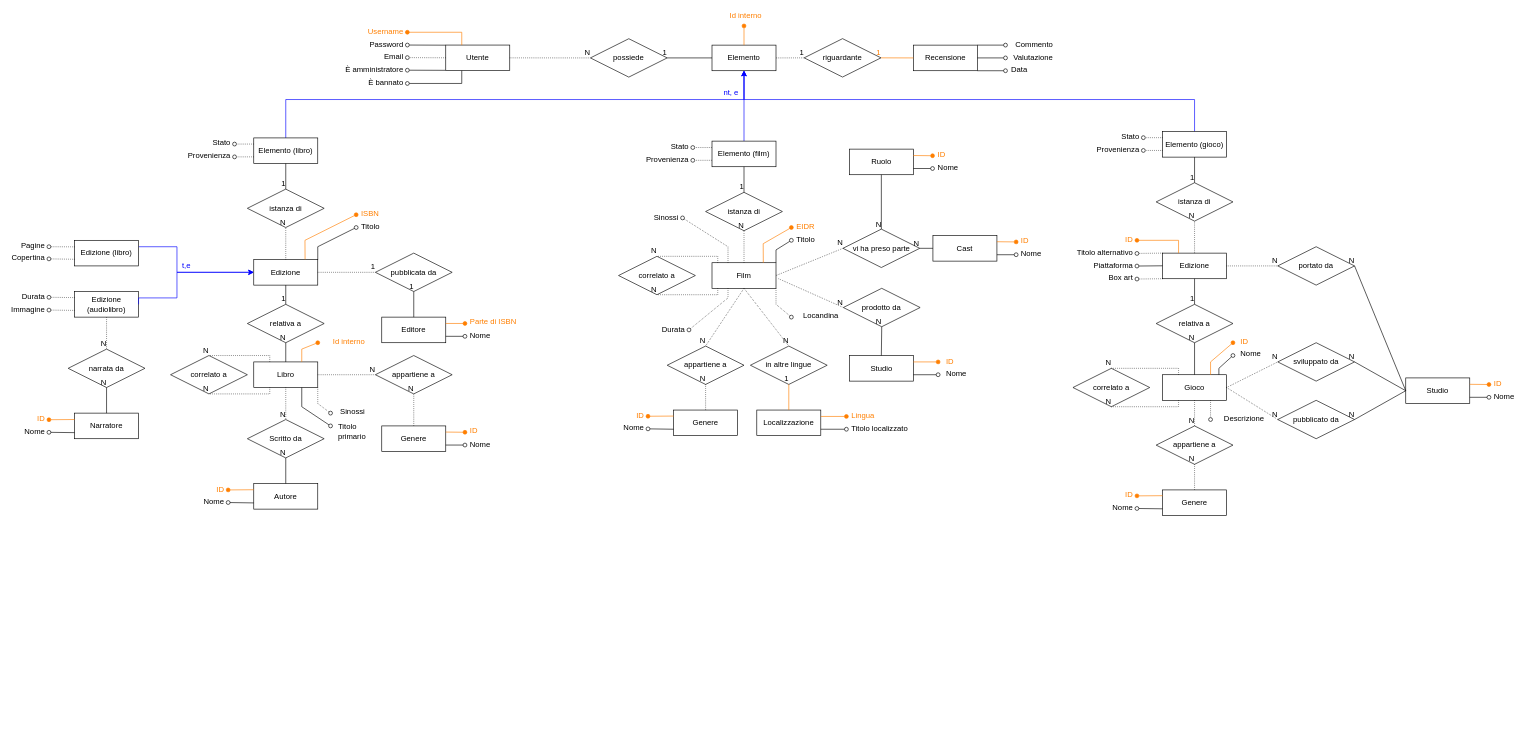
Steffo99/unimore-bdd-2020-alexandria keeps this draw.io diagram as schema-finale.drawio. Above is the earlier version. Source tidied: cells renumbered, new cells numbered last; positions are measured from the earlier drawing's top-left corner, leaving out a move shared by most shapes. Both pictures are drawn from the tidied source at 64%, with x=0, y=0 at pixel (49, 26).
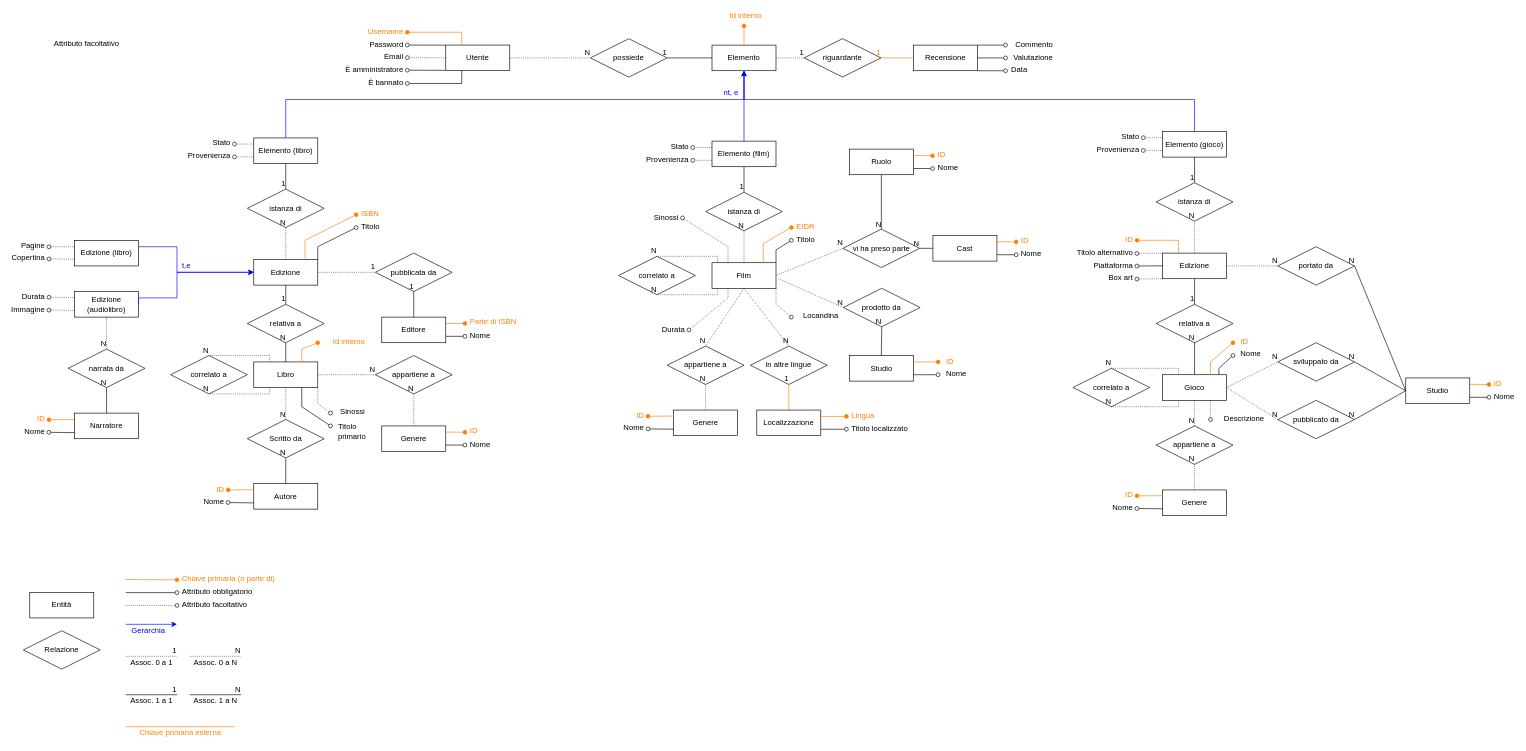
The same diagram, later.

Commit message:
Aggiungi legenda

Change to the diagram source:
```diff
@@
+    <mxCell id="261" value="&lt;div&gt;Entità&lt;/div&gt;" style="whiteSpace=wrap;html=1;align=center;" parent="1" vertex="1">
+      <mxGeometry x="-30" y="885" width="100" height="40" as="geometry" />
+    </mxCell>
+    <mxCell id="262" value="&lt;div&gt;Relazione&lt;/div&gt;" style="shape=rhombus;perimeter=rhombusPerimeter;whiteSpace=wrap;html=1;align=center;" parent="1" vertex="1">
+      <mxGeometry x="-40" y="945" width="120" height="60" as="geometry" />
+    </mxCell>
+    <mxCell id="263" style="endArrow=oval;html=1;rounded=0;strokeColor=#FF7F00;endFill=1;" parent="1" edge="1">
+      <mxGeometry relative="1" as="geometry">
+        <mxPoint x="120" y="865" as="sourcePoint" />
+        <mxPoint x="200" y="865.5" as="targetPoint" />
+      </mxGeometry>
+    </mxCell>
+    <mxCell id="264" value="&lt;div&gt;Chiave primaria (o parte di) &lt;/div&gt;" style="align=left;verticalAlign=middle;fontColor=#FF7F00;html=1;spacingRight=0;spacingBottom=4;spacingLeft=6;" parent="263" vertex="1">
+      <mxGeometry x="1" relative="1" as="geometry" />
+    </mxCell>
+    <mxCell id="265" style="endArrow=oval;html=1;rounded=0;strokeColor=#000000;exitX=1;exitY=1;exitDx=0;exitDy=0;endFill=0;" parent="1" edge="1">
+      <mxGeometry relative="1" as="geometry">
+        <mxPoint x="120" y="885.5" as="sourcePoint" />
+        <mxPoint x="200" y="885.5" as="targetPoint" />
+      </mxGeometry>
+    </mxCell>
+    <mxCell id="266" value="&lt;div align=&quot;left&quot;&gt;Attributo obbligatorio&lt;/div&gt;" style="align=left;verticalAlign=middle;fontColor=#000000;html=1;spacingRight=0;spacingBottom=4;spacingLeft=6;" parent="265" vertex="1">
+      <mxGeometry x="1" relative="1" as="geometry" />
+    </mxCell>
+    <mxCell id="267" style="endArrow=oval;html=1;rounded=0;strokeColor=#000000;exitX=1;exitY=1;exitDx=0;exitDy=0;endFill=0;dashed=1;dashPattern=1 2;" parent="1" edge="1">
+      <mxGeometry relative="1" as="geometry">
+        <mxPoint x="120" y="905.5" as="sourcePoint" />
+        <mxPoint x="200" y="905.5" as="targetPoint" />
+      </mxGeometry>
+    </mxCell>
+    <mxCell id="268" value="Attributo facoltativo" style="align=left;verticalAlign=middle;fontColor=#000000;html=1;spacingRight=0;spacingBottom=4;spacingLeft=6;" parent="267" vertex="1">
+      <mxGeometry x="1" relative="1" as="geometry" />
+    </mxCell>
+    <mxCell id="269" style="edgeStyle=orthogonalEdgeStyle;rounded=0;orthogonalLoop=1;jettySize=auto;html=1;strokeColor=#0000FF;" parent="1" edge="1">
+      <mxGeometry relative="1" as="geometry">
+        <mxPoint x="120" y="935" as="sourcePoint" />
+        <mxPoint x="200" y="935" as="targetPoint" />
+        <Array as="points">
+          <mxPoint x="120" y="935" />
+        </Array>
+      </mxGeometry>
+    </mxCell>
+    <mxCell id="270" value="Attributo facoltativo" style="align=left;verticalAlign=middle;fontColor=#000000;html=1;spacingRight=0;spacingBottom=4;spacingLeft=6;" parent="1" vertex="1">
+      <mxGeometry x="1" relative="1" as="geometry">
+        <mxPoint y="29.5" as="offset" />
+      </mxGeometry>
+    </mxCell>
+    <mxCell id="271" value="&lt;font color=&quot;#0000FF&quot;&gt;Gerarchia&lt;/font&gt;" style="text;html=1;align=center;verticalAlign=middle;" parent="1" vertex="1">
+      <mxGeometry x="120" y="935" width="70" height="20" as="geometry" />
+    </mxCell>
+    <mxCell id="272" style="endArrow=none;html=1;rounded=0;dashed=1;dashPattern=1 2;" parent="1" edge="1">
+      <mxGeometry relative="1" as="geometry">
+        <mxPoint x="120" y="985" as="sourcePoint" />
+        <mxPoint x="200" y="985" as="targetPoint" />
+      </mxGeometry>
+    </mxCell>
+    <mxCell id="273" value="1" style="html=1;align=right;verticalAlign=bottom;" parent="272" vertex="1">
+      <mxGeometry x="1" relative="1" as="geometry" />
+    </mxCell>
+    <mxCell id="274" style="endArrow=none;html=1;rounded=0;dashed=1;dashPattern=1 2;" parent="1" edge="1">
+      <mxGeometry relative="1" as="geometry">
+        <mxPoint x="220" y="985" as="sourcePoint" />
+        <mxPoint x="300" y="985" as="targetPoint" />
+      </mxGeometry>
+    </mxCell>
+    <mxCell id="275" value="N" style="html=1;align=right;verticalAlign=bottom;" parent="274" vertex="1">
+      <mxGeometry x="1" relative="1" as="geometry" />
+    </mxCell>
+    <mxCell id="276" style="endArrow=none;html=1;rounded=0;" parent="1" edge="1">
+      <mxGeometry relative="1" as="geometry">
+        <mxPoint x="120" y="1045" as="sourcePoint" />
+        <mxPoint x="200" y="1045" as="targetPoint" />
+      </mxGeometry>
+    </mxCell>
+    <mxCell id="277" value="1" style="html=1;align=right;verticalAlign=bottom;" parent="276" vertex="1">
+      <mxGeometry x="1" relative="1" as="geometry" />
+    </mxCell>
+    <mxCell id="278" style="endArrow=none;html=1;rounded=0;" parent="1" edge="1">
+      <mxGeometry relative="1" as="geometry">
+        <mxPoint x="220" y="1045" as="sourcePoint" />
+        <mxPoint x="300" y="1045" as="targetPoint" />
+      </mxGeometry>
+    </mxCell>
+    <mxCell id="279" value="N" style="html=1;align=right;verticalAlign=bottom;" parent="278" vertex="1">
+      <mxGeometry x="1" relative="1" as="geometry" />
+    </mxCell>
+    <mxCell id="280" value="Assoc. 0 a 1" style="text;html=1;align=center;verticalAlign=middle;" parent="1" vertex="1">
+      <mxGeometry x="120" y="985" width="80" height="20" as="geometry" />
+    </mxCell>
+    <mxCell id="281" value="&lt;div&gt;Assoc. 0 a N&lt;/div&gt;" style="text;html=1;align=center;verticalAlign=middle;" parent="1" vertex="1">
+      <mxGeometry x="220" y="985" width="80" height="20" as="geometry" />
+    </mxCell>
+    <mxCell id="282" value="&lt;div&gt;Assoc. 1 a N&lt;/div&gt;" style="text;html=1;align=center;verticalAlign=middle;" parent="1" vertex="1">
+      <mxGeometry x="220" y="1045" width="80" height="20" as="geometry" />
+    </mxCell>
+    <mxCell id="283" value="Assoc. 1 a 1" style="text;html=1;align=center;verticalAlign=middle;" parent="1" vertex="1">
+      <mxGeometry x="120" y="1045" width="80" height="20" as="geometry" />
+    </mxCell>
+    <mxCell id="284" style="endArrow=none;html=1;rounded=0;strokeColor=#FF7F00;" parent="1" edge="1">
+      <mxGeometry relative="1" as="geometry">
+        <mxPoint x="120" y="1095" as="sourcePoint" />
+        <mxPoint x="290" y="1095" as="targetPoint" />
+      </mxGeometry>
+    </mxCell>
+    <mxCell id="285" value="&lt;font color=&quot;#FF7F00&quot;&gt;Chiave primaria esterna&lt;/font&gt;" style="text;html=1;align=center;verticalAlign=middle;" parent="1" vertex="1">
+      <mxGeometry x="130" y="1095" width="150" height="20" as="geometry" />
+    </mxCell>
```
